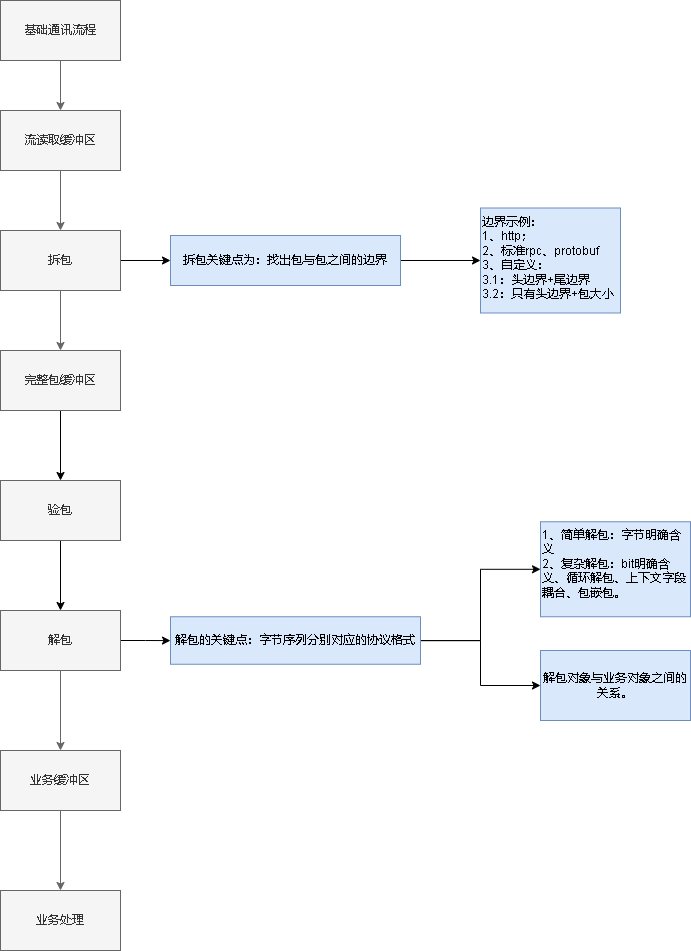
This is cgo8_通讯设计.drawio.png from xktder/draw, a draw.io export, as it was before one commit. Source tidied: cells renumbered, new cells last; positions are measured from the earlier drawing's top-left corner, leaving out a move shared by most shapes.
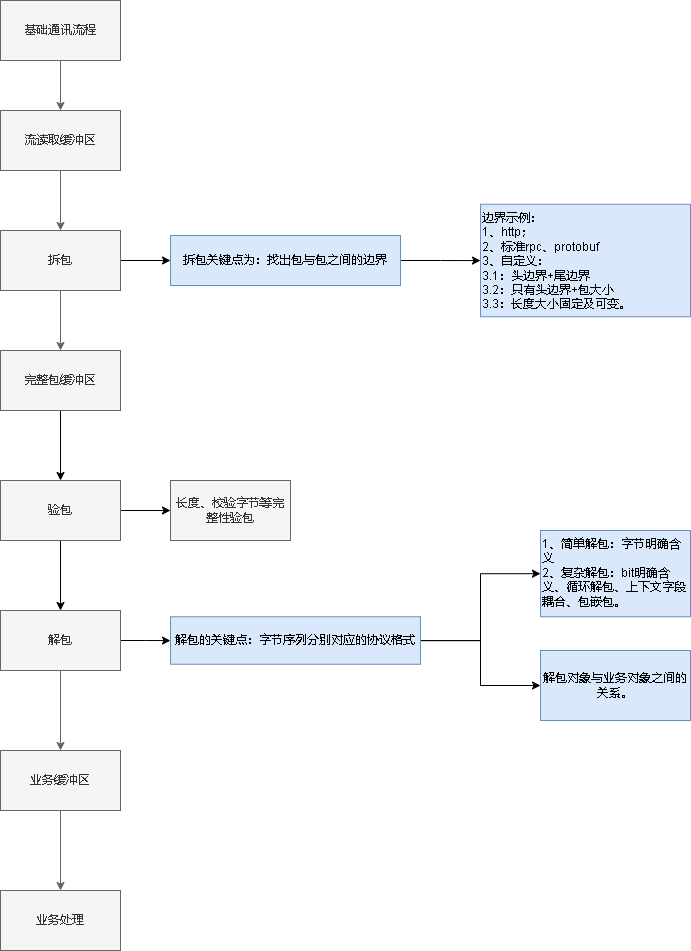
The same file after the commit.

Commit message:
更新cgo8_通讯设计.drawio.png

Change to the diagram source:
```diff
@@ -62,20 +62,26 @@
     <mxCell id="21" value="解包的关键点：字节序列分别对应的协议格式&lt;br&gt;" style="whiteSpace=wrap;html=1;rounded=0;fillColor=#dae8fc;strokeColor=#6c8ebf;" parent="1" vertex="1">
       <mxGeometry x="170" y="616.2" width="250" height="47.5" as="geometry" />
     </mxCell>
-    <mxCell id="22" value="边界示例：&lt;br&gt;1、http；&lt;br&gt;2、标准rpc、protobuf&lt;br&gt;3、自定义：&lt;br&gt;3.1：头边界+尾边界&lt;br&gt;3.2：只有头边界+包大小" style="whiteSpace=wrap;html=1;fillColor=#dae8fc;strokeColor=#6c8ebf;rounded=0;align=left;verticalAlign=top;" parent="1" vertex="1">
-      <mxGeometry x="480" y="207.5" width="140" height="105" as="geometry" />
+    <mxCell id="22" value="边界示例：&lt;br&gt;1、http；&lt;br&gt;2、标准rpc、protobuf&lt;br&gt;3、自定义：&lt;br&gt;3.1：头边界+尾边界&lt;br&gt;3.2：只有头边界+包大小&lt;br&gt;3.3：长度大小固定及可变。" style="whiteSpace=wrap;html=1;fillColor=#dae8fc;strokeColor=#6c8ebf;rounded=0;align=left;verticalAlign=top;" parent="1" vertex="1">
+      <mxGeometry x="480" y="203.8" width="210" height="112.5" as="geometry" />
     </mxCell>
     <mxCell id="23" style="edgeStyle=orthogonalEdgeStyle;rounded=0;jettySize=auto;html=1;" parent="1" edge="1" source="24" target="13">
       <mxGeometry relative="1" as="geometry" />
     </mxCell>
+    <mxCell id="27" style="edgeStyle=orthogonalEdgeStyle;rounded=0;jettySize=auto;html=1;" parent="1" edge="1" source="24" target="28">
+      <mxGeometry relative="1" as="geometry" />
+    </mxCell>
     <mxCell id="24" value="验包" style="whiteSpace=wrap;html=1;rounded=0;fillColor=#f5f5f5;fontColor=#333333;strokeColor=#666666;" parent="1" vertex="1">
       <mxGeometry y="480" width="120" height="60" as="geometry" />
     </mxCell>
     <mxCell id="25" value="1、简单解包：字节明确含义&lt;br&gt;2、复杂解包：bit明确含义、循环解包、上下文字段耦合、包嵌包。" style="whiteSpace=wrap;html=1;fillColor=#dae8fc;strokeColor=#6c8ebf;rounded=0;align=left;verticalAlign=top;" parent="1" vertex="1">
-      <mxGeometry x="540" y="521.2" width="150" height="95" as="geometry" />
+      <mxGeometry x="540" y="530" width="150" height="86.2" as="geometry" />
     </mxCell>
     <mxCell id="26" value="解包对象与业务对象之间的关系。" style="whiteSpace=wrap;html=1;rounded=0;fillColor=#dae8fc;strokeColor=#6c8ebf;" parent="1" vertex="1">
       <mxGeometry x="540" y="650" width="150" height="70" as="geometry" />
     </mxCell>
+    <mxCell id="28" value="长度、校验字节等完整性验包" style="whiteSpace=wrap;html=1;rounded=0;fillColor=#f5f5f5;fontColor=#333333;strokeColor=#666666;" parent="1" vertex="1">
+      <mxGeometry x="170" y="480" width="120" height="60" as="geometry" />
+    </mxCell>
   </root>
 </mxGraphModel>
```
